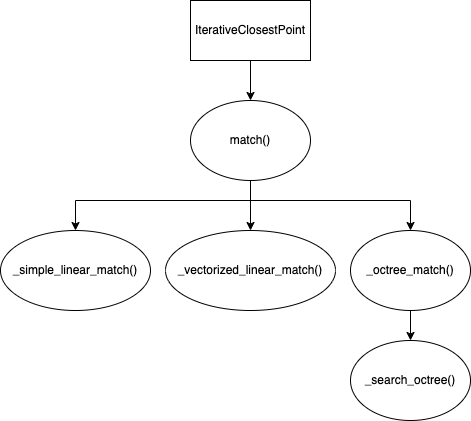
Before: hierarchy diagrams/icp diagram.png, a diagram exported from draw.io (j-ma03/CIS_hw3). Source tidied: cells renumbered, new cells last; positions are measured from the earlier drawing's top-left corner, leaving out a move shared by most shapes.
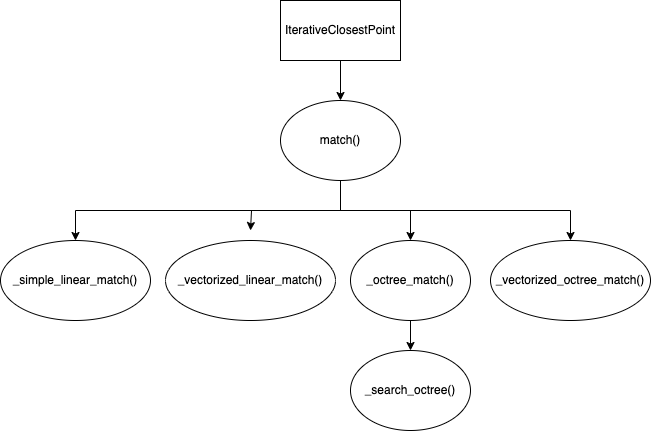
The same file after the commit.

Diff of the diagram source:
```diff
@@ -6,15 +6,21 @@
       <mxGeometry relative="1" as="geometry" />
     </mxCell>
     <mxCell id="3" value="IterativeClosestPoint" style="rounded=0;whiteSpace=wrap;html=1;" parent="1" vertex="1">
-      <mxGeometry x="190" width="120" height="60" as="geometry" />
+      <mxGeometry x="280" y="-10" width="120" height="60" as="geometry" />
     </mxCell>
-    <mxCell id="4" style="edgeStyle=orthogonalEdgeStyle;rounded=0;jettySize=auto;html=1;" parent="1" edge="1" source="7" target="8">
-      <mxGeometry relative="1" as="geometry" />
+    <mxCell id="4" style="edgeStyle=orthogonalEdgeStyle;rounded=0;jettySize=auto;html=1;" parent="1" edge="1" source="7">
+      <mxGeometry relative="1" as="geometry">
+        <mxPoint x="250" y="220" as="targetPoint" />
+        <Array as="points">
+          <mxPoint x="340" y="200" />
+          <mxPoint x="251" y="200" />
+        </Array>
+      </mxGeometry>
     </mxCell>
     <mxCell id="5" style="edgeStyle=orthogonalEdgeStyle;rounded=0;jettySize=auto;html=1;entryX=0.5;entryY=0;entryDx=0;entryDy=0;" parent="1" edge="1" source="7" target="11">
       <mxGeometry relative="1" as="geometry">
         <Array as="points">
-          <mxPoint x="250" y="200" />
+          <mxPoint x="340" y="200" />
           <mxPoint x="75" y="200" />
         </Array>
       </mxGeometry>
@@ -22,13 +28,21 @@
     <mxCell id="6" style="edgeStyle=orthogonalEdgeStyle;rounded=0;jettySize=auto;html=1;" parent="1" edge="1" source="7" target="10">
       <mxGeometry relative="1" as="geometry">
         <Array as="points">
-          <mxPoint x="250" y="200" />
+          <mxPoint x="340" y="200" />
           <mxPoint x="410" y="200" />
         </Array>
       </mxGeometry>
     </mxCell>
+    <mxCell id="13" style="edgeStyle=orthogonalEdgeStyle;rounded=0;jettySize=auto;html=1;entryX=0.5;entryY=0;entryDx=0;entryDy=0;" parent="1" edge="1" source="7" target="14">
+      <mxGeometry relative="1" as="geometry">
+        <Array as="points">
+          <mxPoint x="340" y="200" />
+          <mxPoint x="570" y="200" />
+        </Array>
+      </mxGeometry>
+    </mxCell>
     <mxCell id="7" value="match()" style="ellipse;whiteSpace=wrap;html=1;" parent="1" vertex="1">
-      <mxGeometry x="190" y="100" width="120" height="80" as="geometry" />
+      <mxGeometry x="280" y="90" width="120" height="80" as="geometry" />
     </mxCell>
     <mxCell id="8" value="_vectorized_linear_match()" style="ellipse;whiteSpace=wrap;html=1;" parent="1" vertex="1">
       <mxGeometry x="165" y="230" width="170" height="80" as="geometry" />
@@ -45,5 +59,8 @@
     <mxCell id="12" value="_search_octree()" style="ellipse;whiteSpace=wrap;html=1;" parent="1" vertex="1">
       <mxGeometry x="350" y="340" width="120" height="80" as="geometry" />
     </mxCell>
+    <mxCell id="14" value="_vectorized_octree_match()" style="ellipse;whiteSpace=wrap;html=1;" parent="1" vertex="1">
+      <mxGeometry x="490" y="230" width="160" height="80" as="geometry" />
+    </mxCell>
   </root>
 </mxGraphModel>
```
